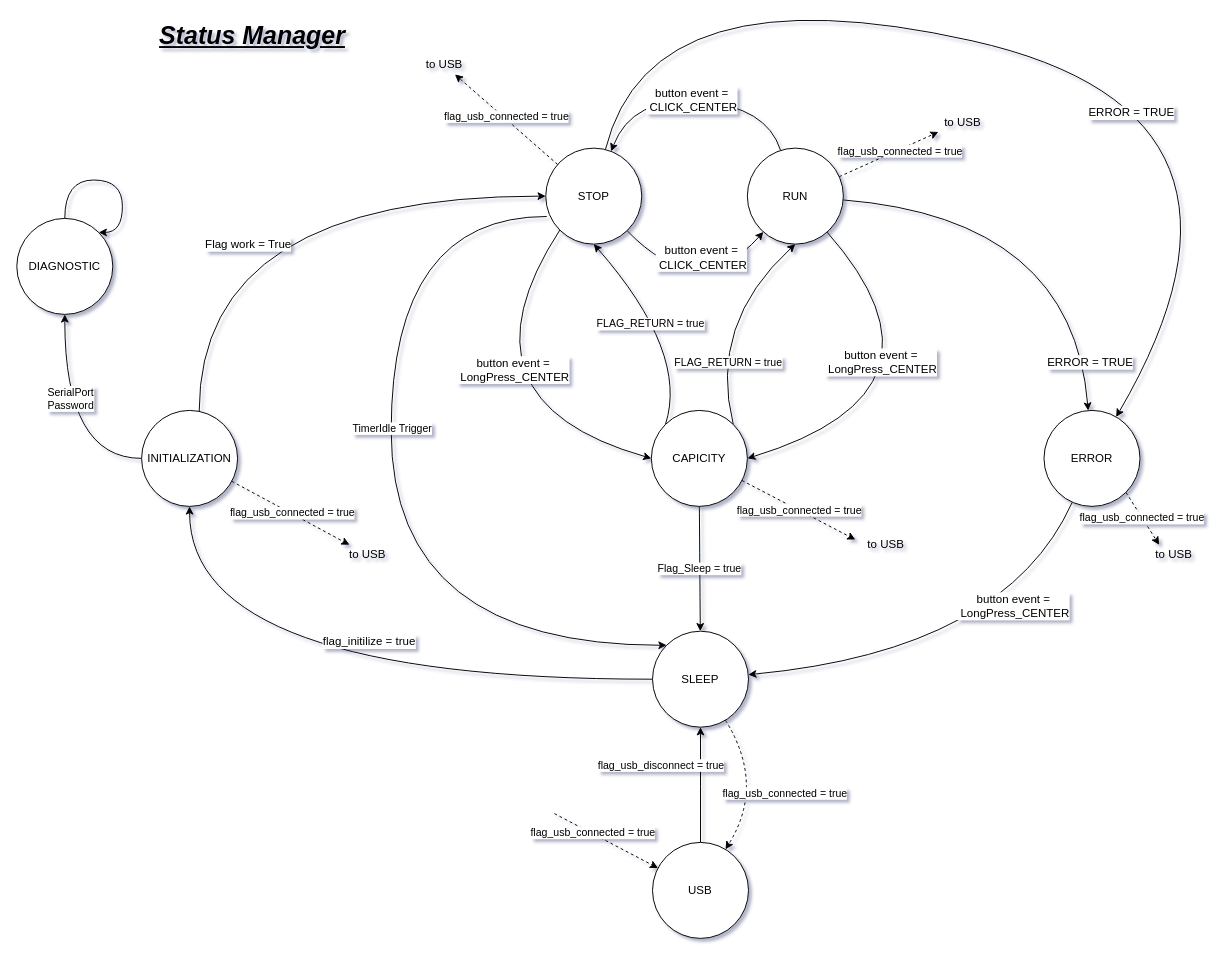
The draw.io diagram page "Status Manager" (3 of 13) of 01.Documentation/01.Diseño/Documentacion Software/B2/Diagramas/B2/B2.drawio in MSTKMAD/battery-pack, before the edit. Source tidied: cells renumbered, new cells numbered last; positions are measured from the earlier drawing's top-left corner, leaving out a move shared by most shapes. Both pictures are drawn from the tidied source at 96%, with x=0, y=0 at pixel (16, -32).
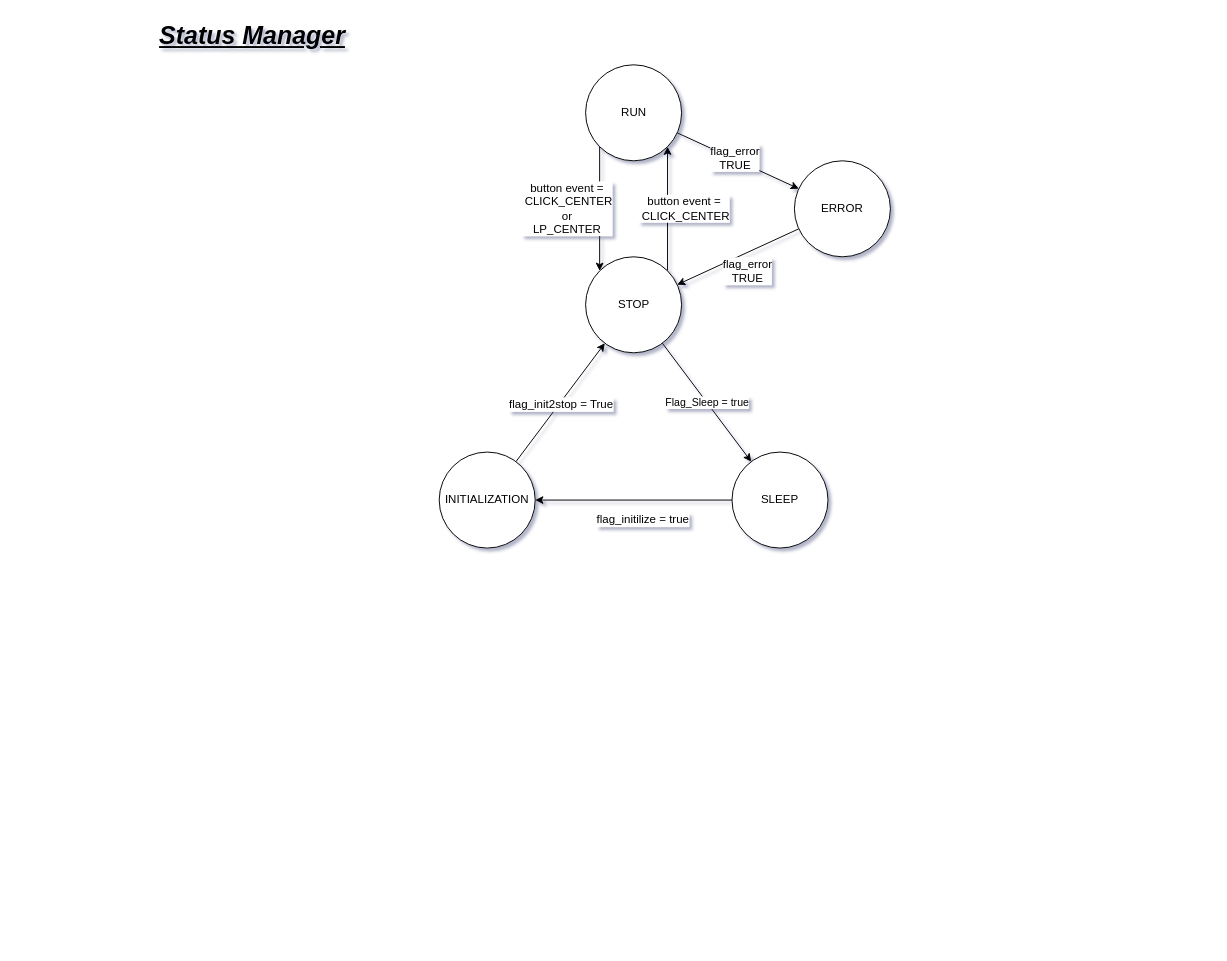
The same diagram, later.

Change to the diagram source:
```diff
@@
-    <mxCell id="2" style="edgeStyle=orthogonalEdgeStyle;rounded=0;jettySize=auto;html=1;curved=1;entryX=0;entryY=0.5;entryDx=0;entryDy=0;" parent="1" edge="1" source="6" target="27">
-      <mxGeometry relative="1" as="geometry">
-        <Array as="points">
-          <mxPoint x="190" y="237" />
-        </Array>
-      </mxGeometry>
+    <mxCell id="2" style="rounded=0;jettySize=auto;html=1;" parent="1" edge="1" source="6" target="27">
+      <mxGeometry relative="1" as="geometry" />
     </mxCell>
-    <mxCell id="3" value="Flag work = True" style="edgeLabel;html=1;align=center;verticalAlign=middle;fontSize=12;" parent="2" vertex="1">
-      <mxGeometry x="-0.31" y="-72" relative="1" as="geometry">
-        <mxPoint x="-22" y="27" as="offset" />
-      </mxGeometry>
-    </mxCell>
-    <mxCell id="4" style="rounded=0;jettySize=auto;html=1;exitX=0;exitY=0.5;exitDx=0;exitDy=0;entryX=0.5;entryY=1;entryDx=0;entryDy=0;edgeStyle=orthogonalEdgeStyle;curved=1;" parent="1" edge="1" source="6" target="29">
-      <mxGeometry relative="1" as="geometry" />
-    </mxCell>
-    <mxCell id="5" value="SerialPort&lt;br&gt;Password" style="edgeLabel;html=1;align=center;verticalAlign=middle;" parent="4" vertex="1">
-      <mxGeometry x="0.24" y="-5" relative="1" as="geometry" />
-    </mxCell>
+    <mxCell id="52" value="&lt;span style=&quot;font-size: 12px;&quot;&gt;flag_init2stop = True&lt;/span&gt;" style="edgeLabel;html=1;align=center;verticalAlign=middle;" parent="2" vertex="1">
+      <mxGeometry x="-0.02" y="-1" relative="1" as="geometry" />
+    </mxCell>
     <mxCell id="6" value="INITIALIZATION" style="ellipse;whiteSpace=wrap;html=1;" parent="1" vertex="1">
-      <mxGeometry x="130" y="460" width="100" height="100" as="geometry" />
+      <mxGeometry x="440" y="503.4" width="100" height="100" as="geometry" />
     </mxCell>
-    <mxCell id="7" style="jettySize=auto;html=1;curved=1;" parent="1" edge="1" source="13" target="20">
-      <mxGeometry relative="1" as="geometry">
-        <Array as="points">
-          <mxPoint x="1100" y="260" />
-        </Array>
-      </mxGeometry>
+    <mxCell id="7" style="jettySize=auto;html=1;" parent="1" edge="1" source="13" target="20">
+      <mxGeometry relative="1" as="geometry" />
     </mxCell>
-    <mxCell id="8" value="ERROR = TRUE" style="edgeLabel;html=1;align=center;verticalAlign=middle;fontSize=12;" parent="7" vertex="1">
+    <mxCell id="8" value="flag_error&lt;div&gt;TRUE&lt;/div&gt;" style="edgeLabel;html=1;align=center;verticalAlign=middle;fontSize=12;" parent="7" vertex="1">
       <mxGeometry x="-0.14" y="-95" relative="1" as="geometry">
-        <mxPoint x="74.7" y="58.4" as="offset" />
+        <mxPoint x="45" y="-86" as="offset" />
       </mxGeometry>
     </mxCell>
-    <mxCell id="9" style="jettySize=auto;html=1;curved=1;" parent="1" edge="1" source="13" target="27">
-      <mxGeometry relative="1" as="geometry">
-        <Array as="points">
-          <mxPoint x="781" y="143.2" />
-          <mxPoint x="641" y="133.2" />
-        </Array>
-      </mxGeometry>
+    <mxCell id="9" style="rounded=0;jettySize=auto;html=1;exitX=0;exitY=1;exitDx=0;exitDy=0;entryX=0;entryY=0;entryDx=0;entryDy=0;" parent="1" edge="1" source="13" target="27">
+      <mxGeometry relative="1" as="geometry" />
     </mxCell>
-    <mxCell id="10" value="button event =&lt;br&gt;&amp;nbsp;CLICK_CENTER" style="edgeLabel;html=1;align=center;verticalAlign=middle;fontSize=12;" parent="9" vertex="1">
-      <mxGeometry x="-0.19" y="10" relative="1" as="geometry">
-        <mxPoint x="-25.7" y="-12.5" as="offset" />
-      </mxGeometry>
-    </mxCell>
-    <mxCell id="11" style="edgeStyle=none;curved=1;jettySize=auto;html=1;entryX=1;entryY=0.5;entryDx=0;entryDy=0;" parent="1" edge="1" source="13" target="35">
-      <mxGeometry relative="1" as="geometry">
-        <Array as="points">
-          <mxPoint x="990" y="440" />
-        </Array>
-      </mxGeometry>
-    </mxCell>
-    <mxCell id="12" value="button event =&lt;br&gt;&amp;nbsp;LongPress_CENTER" style="edgeLabel;html=1;align=center;verticalAlign=middle;fontSize=12;" parent="11" vertex="1">
-      <mxGeometry x="-0.06" y="9" relative="1" as="geometry">
-        <mxPoint x="-94.2" y="-21.2" as="offset" />
-      </mxGeometry>
-    </mxCell>
+    <mxCell id="53" value="&lt;span style=&quot;font-size: 12px;&quot;&gt;button event =&lt;/span&gt;&lt;br style=&quot;font-size: 12px;&quot;&gt;&lt;span style=&quot;font-size: 12px;&quot;&gt;&amp;nbsp;CLICK_CENTER&lt;/span&gt;&lt;div style=&quot;font-size: 12px;&quot;&gt;or&lt;/div&gt;&lt;div style=&quot;font-size: 12px;&quot;&gt;LP_CENTER&lt;/div&gt;" style="edgeLabel;html=1;align=center;verticalAlign=middle;" parent="9" vertex="1">
+      <mxGeometry x="-0.01" y="-1" relative="1" as="geometry">
+        <mxPoint x="-34" as="offset" />
+      </mxGeometry>
+    </mxCell>
     <mxCell id="13" value="RUN" style="ellipse;whiteSpace=wrap;html=1;" parent="1" vertex="1">
-      <mxGeometry x="761" y="186.8" width="100" height="100" as="geometry" />
+      <mxGeometry x="592.5" y="100" width="100" height="100" as="geometry" />
     </mxCell>
-    <mxCell id="14" style="edgeStyle=orthogonalEdgeStyle;curved=1;rounded=0;jettySize=auto;html=1;" parent="1" edge="1" source="16" target="6">
+    <mxCell id="14" style="rounded=0;jettySize=auto;html=1;" parent="1" edge="1" source="16" target="6">
       <mxGeometry relative="1" as="geometry" />
     </mxCell>
     <mxCell id="15" value="flag_initilize = true" style="edgeLabel;html=1;align=center;verticalAlign=middle;fontSize=12;" parent="14" vertex="1">
       <mxGeometry x="-0.17" y="-53" relative="1" as="geometry">
-        <mxPoint x="-21" y="13" as="offset" />
+        <mxPoint x="-9" y="73" as="offset" />
       </mxGeometry>
     </mxCell>
     <mxCell id="16" value="SLEEP" style="ellipse;whiteSpace=wrap;html=1;" parent="1" vertex="1">
-      <mxGeometry x="662.2" y="690" width="100" height="100" as="geometry" />
+      <mxGeometry x="745" y="503.4" width="100" height="100" as="geometry" />
     </mxCell>
-    <mxCell id="17" style="jettySize=auto;html=1;curved=1;" parent="1" edge="1" source="20" target="16">
-      <mxGeometry relative="1" as="geometry">
-        <Array as="points">
-          <mxPoint x="1030" y="710" />
-        </Array>
-      </mxGeometry>
+    <mxCell id="17" style="jettySize=auto;html=1;" parent="1" edge="1" source="20" target="27">
+      <mxGeometry relative="1" as="geometry" />
     </mxCell>
-    <mxCell id="18" value="button event =&lt;br&gt;&amp;nbsp;LongPress_CENTER" style="edgeLabel;html=1;align=center;verticalAlign=middle;fontSize=12;" parent="17" vertex="1">
-      <mxGeometry x="-0.48" y="-49" relative="1" as="geometry">
-        <mxPoint x="29.2" y="23.7" as="offset" />
-      </mxGeometry>
-    </mxCell>
-    <mxCell id="19" value="flag_usb_connected = true" style="rounded=0;jettySize=auto;html=1;exitX=1;exitY=1;exitDx=0;exitDy=0;dashed=1;" parent="1" edge="1" source="20">
-      <mxGeometry relative="1" as="geometry">
-        <mxPoint x="1190" y="600" as="targetPoint" />
-      </mxGeometry>
-    </mxCell>
+    <mxCell id="54" style="edgeLabel;html=1;align=center;verticalAlign=middle;" parent="17" vertex="1">
+      <mxGeometry x="-0.24" y="2" relative="1" as="geometry" />
+    </mxCell>
     <mxCell id="20" value="ERROR" style="ellipse;whiteSpace=wrap;html=1;" parent="1" vertex="1">
-      <mxGeometry x="1070" y="460" width="100" height="100" as="geometry" />
+      <mxGeometry x="810" y="200" width="100" height="100" as="geometry" />
     </mxCell>
-    <mxCell id="21" style="jettySize=auto;html=1;curved=1;" parent="1" edge="1" source="27" target="13">
-      <mxGeometry relative="1" as="geometry">
-        <Array as="points">
-          <mxPoint x="710" y="350" />
-        </Array>
-      </mxGeometry>
+    <mxCell id="21" style="rounded=0;jettySize=auto;html=1;entryX=1;entryY=1;entryDx=0;entryDy=0;exitX=1;exitY=0;exitDx=0;exitDy=0;" parent="1" edge="1" source="27" target="13">
+      <mxGeometry relative="1" as="geometry" />
     </mxCell>
-    <mxCell id="22" value="button event =&lt;br&gt;&amp;nbsp;CLICK_CENTER" style="edgeLabel;html=1;align=center;verticalAlign=middle;fontSize=12;" parent="21" vertex="1">
-      <mxGeometry x="-0.2" y="11" relative="1" as="geometry">
-        <mxPoint x="11" y="-25" as="offset" />
-      </mxGeometry>
-    </mxCell>
-    <mxCell id="23" style="edgeStyle=none;curved=1;jettySize=auto;html=1;entryX=0;entryY=0.5;entryDx=0;entryDy=0;exitX=0;exitY=1;exitDx=0;exitDy=0;" parent="1" edge="1" source="27" target="35">
-      <mxGeometry relative="1" as="geometry">
-        <Array as="points">
-          <mxPoint x="450" y="450" />
-        </Array>
-      </mxGeometry>
-    </mxCell>
-    <mxCell id="24" value="button event =&lt;br&gt;&amp;nbsp;LongPress_CENTER" style="edgeLabel;html=1;align=center;verticalAlign=middle;fontSize=12;" parent="23" vertex="1">
-      <mxGeometry x="-0.37" y="8" relative="1" as="geometry">
-        <mxPoint x="18.7" y="26.7" as="offset" />
-      </mxGeometry>
-    </mxCell>
-    <mxCell id="25" style="edgeStyle=orthogonalEdgeStyle;jettySize=auto;html=1;curved=1;entryX=0;entryY=0;entryDx=0;entryDy=0;exitX=0.01;exitY=0.712;exitDx=0;exitDy=0;exitPerimeter=0;" parent="1" edge="1" source="27" target="16">
-      <mxGeometry relative="1" as="geometry">
-        <Array as="points">
-          <mxPoint x="390" y="258" />
-          <mxPoint x="390" y="705" />
-        </Array>
-      </mxGeometry>
-    </mxCell>
-    <mxCell id="26" value="TimerIdle Trigger" style="edgeLabel;html=1;align=center;verticalAlign=middle;" parent="25" vertex="1">
-      <mxGeometry x="-0.25" relative="1" as="geometry">
-        <mxPoint y="46" as="offset" />
-      </mxGeometry>
-    </mxCell>
+    <mxCell id="55" value="&lt;span style=&quot;font-size: 12px;&quot;&gt;button event =&lt;/span&gt;&lt;br style=&quot;font-size: 12px;&quot;&gt;&lt;span style=&quot;font-size: 12px;&quot;&gt;&amp;nbsp;CLICK_CENTER&lt;/span&gt;" style="edgeLabel;html=1;align=center;verticalAlign=middle;" parent="21" vertex="1">
+      <mxGeometry x="0.19" y="-2" relative="1" as="geometry">
+        <mxPoint x="15" y="12" as="offset" />
+      </mxGeometry>
+    </mxCell>
     <mxCell id="27" value="STOP" style="ellipse;whiteSpace=wrap;html=1;" parent="1" vertex="1">
-      <mxGeometry x="551" y="186.8" width="100" height="100" as="geometry" />
+      <mxGeometry x="592.5" y="300" width="100" height="100" as="geometry" />
     </mxCell>
@@
-    <mxCell id="29" value="DIAGNOSTIC" style="ellipse;whiteSpace=wrap;html=1;" parent="1" vertex="1">
-      <mxGeometry y="260" width="100" height="100" as="geometry" />
-    </mxCell>
-    <mxCell id="30" style="edgeStyle=orthogonalEdgeStyle;curved=1;rounded=0;orthogonalLoop=1;jettySize=auto;html=1;exitX=0.5;exitY=0;exitDx=0;exitDy=0;entryX=1;entryY=0;entryDx=0;entryDy=0;" parent="1" edge="1" source="29" target="29">
-      <mxGeometry relative="1" as="geometry">
-        <Array as="points">
-          <mxPoint x="50" y="220" />
-          <mxPoint x="110" y="220" />
-          <mxPoint x="110" y="275" />
-        </Array>
-      </mxGeometry>
-    </mxCell>
-    <mxCell id="31" value="Flag_Sleep = true" style="jettySize=auto;html=1;curved=1;" parent="1" edge="1" source="35" target="16">
+    <mxCell id="31" value="Flag_Sleep = true" style="jettySize=auto;html=1;" parent="1" edge="1" source="27" target="16">
       <mxGeometry relative="1" as="geometry" />
     </mxCell>
-    <mxCell id="32" value="FLAG_RETURN = true" style="edgeStyle=none;curved=1;jettySize=auto;html=1;exitX=0;exitY=0;exitDx=0;exitDy=0;entryX=0.5;entryY=1;entryDx=0;entryDy=0;" parent="1" edge="1" source="35" target="27">
-      <mxGeometry x="0.11" y="10" relative="1" as="geometry">
-        <Array as="points">
-          <mxPoint x="700" y="400" />
-        </Array>
-        <mxPoint x="-1" as="offset" />
-      </mxGeometry>
-    </mxCell>
-    <mxCell id="33" style="edgeStyle=none;curved=1;jettySize=auto;html=1;exitX=1;exitY=0;exitDx=0;exitDy=0;entryX=0.5;entryY=1;entryDx=0;entryDy=0;" parent="1" edge="1" source="35" target="13">
-      <mxGeometry relative="1" as="geometry">
-        <Array as="points">
-          <mxPoint x="720" y="370" />
-        </Array>
-      </mxGeometry>
-    </mxCell>
-    <mxCell id="34" value="FLAG_RETURN = true" style="edgeLabel;html=1;align=center;verticalAlign=middle;" parent="33" vertex="1">
-      <mxGeometry x="0.19" y="-18" relative="1" as="geometry">
-        <mxPoint x="-14.3" y="47" as="offset" />
-      </mxGeometry>
-    </mxCell>
-    <mxCell id="35" value="CAPICITY" style="ellipse;whiteSpace=wrap;html=1;" parent="1" vertex="1">
-      <mxGeometry x="661" y="460" width="100" height="100" as="geometry" />
-    </mxCell>
-    <mxCell id="36" style="edgeStyle=orthogonalEdgeStyle;jettySize=auto;html=1;curved=1;" parent="1" edge="1" source="38" target="16">
-      <mxGeometry relative="1" as="geometry">
-        <Array as="points">
-          <mxPoint x="712" y="850" />
-          <mxPoint x="712" y="850" />
-        </Array>
-      </mxGeometry>
-    </mxCell>
-    <mxCell id="37" value="flag_usb_disconnect = true" style="edgeLabel;html=1;align=center;verticalAlign=middle;" parent="36" vertex="1">
-      <mxGeometry x="-0.24" y="3" relative="1" as="geometry">
-        <mxPoint x="-39.2" y="-34.3" as="offset" />
-      </mxGeometry>
-    </mxCell>
-    <mxCell id="38" value="USB" style="ellipse;whiteSpace=wrap;html=1;" parent="1" vertex="1">
-      <mxGeometry x="662.2" y="910" width="100" height="100" as="geometry" />
-    </mxCell>
-    <mxCell id="39" value="flag_usb_connected = true" style="rounded=0;jettySize=auto;html=1;dashed=1;" parent="1" edge="1" source="35">
-      <mxGeometry relative="1" as="geometry">
-        <mxPoint x="873.5" y="594.6" as="targetPoint" />
-      </mxGeometry>
-    </mxCell>
-    <mxCell id="40" value="flag_usb_connected = true" style="rounded=0;jettySize=auto;html=1;dashed=1;" parent="1" edge="1" source="13">
-      <mxGeometry x="0.21" y="-2" relative="1" as="geometry">
-        <mxPoint x="960" y="170" as="targetPoint" />
-      </mxGeometry>
-    </mxCell>
-    <mxCell id="41" value="flag_usb_connected = true" style="rounded=0;jettySize=auto;html=1;dashed=1;" parent="1" edge="1" source="27" target="43">
-      <mxGeometry x="0.02" y="-2" relative="1" as="geometry" />
-    </mxCell>
-    <mxCell id="42" value="to USB" style="text;html=1;align=center;verticalAlign=middle;" parent="1" vertex="1">
-      <mxGeometry x="960" y="150" width="50" height="20" as="geometry" />
-    </mxCell>
-    <mxCell id="43" value="to USB" style="text;html=1;align=center;verticalAlign=middle;points=[];" parent="1" vertex="1">
-      <mxGeometry x="420" y="90" width="50" height="20" as="geometry" />
-    </mxCell>
-    <mxCell id="44" value="to USB" style="text;html=1;align=center;verticalAlign=middle;" parent="1" vertex="1">
-      <mxGeometry x="1180" y="600" width="50" height="20" as="geometry" />
-    </mxCell>
-    <mxCell id="45" value="flag_usb_connected = true" style="rounded=0;jettySize=auto;html=1;dashed=1;" parent="1" edge="1" source="6" target="46">
-      <mxGeometry x="0.02" y="1" relative="1" as="geometry" />
-    </mxCell>
-    <mxCell id="46" value="to USB" style="text;html=1;align=center;verticalAlign=middle;points=[];" parent="1" vertex="1">
-      <mxGeometry x="340" y="600" width="50" height="20" as="geometry" />
-    </mxCell>
-    <mxCell id="47" value="to USB" style="text;html=1;align=center;verticalAlign=middle;" parent="1" vertex="1">
-      <mxGeometry x="880" y="590" width="50" height="20" as="geometry" />
-    </mxCell>
-    <mxCell id="48" value="flag_usb_connected = true" style="rounded=0;jettySize=auto;html=1;dashed=1;" parent="1" edge="1" target="38">
-      <mxGeometry x="-0.27" y="1" relative="1" as="geometry">
-        <mxPoint x="560" y="880" as="sourcePoint" />
-      </mxGeometry>
-    </mxCell>
-    <mxCell id="49" style="endArrow=classic;html=1;curved=1;" parent="1" edge="1" source="27" target="20">
-      <mxGeometry relative="1" as="geometry">
-        <Array as="points">
-          <mxPoint x="660" />
-          <mxPoint x="1330" y="150" />
-        </Array>
-      </mxGeometry>
-    </mxCell>
-    <mxCell id="50" value="ERROR = TRUE" style="edgeLabel;html=1;align=center;verticalAlign=middle;fontSize=12;" parent="1" vertex="1">
-      <mxGeometry x="1100" y="420" as="geometry">
-        <mxPoint x="60" y="-271" as="offset" />
-      </mxGeometry>
-    </mxCell>
-    <mxCell id="51" value="flag_usb_connected = true" style="jettySize=auto;html=1;dashed=1;curved=1;" parent="1" edge="1" source="16" target="38">
-      <mxGeometry y="22" relative="1" as="geometry">
-        <Array as="points">
-          <mxPoint x="780" y="850" />
-        </Array>
-        <mxPoint x="1" y="-2" as="offset" />
-      </mxGeometry>
-    </mxCell>
+    <mxCell id="56" value="flag_error&lt;div&gt;TRUE&lt;/div&gt;" style="edgeLabel;html=1;align=center;verticalAlign=middle;fontSize=12;" parent="1" vertex="1">
+      <mxGeometry x="760" y="314" as="geometry" />
+    </mxCell>
```
